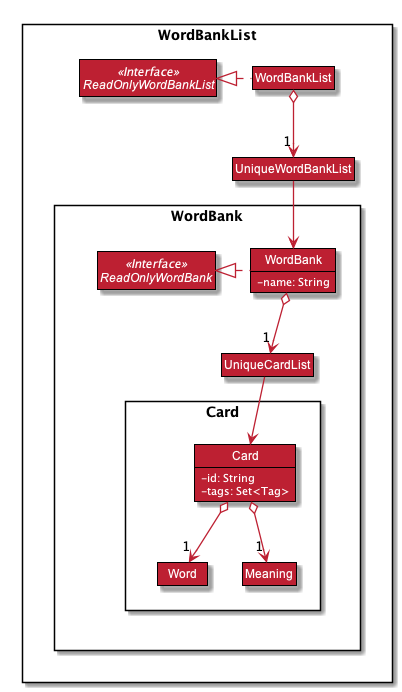
Above: docs/images/OverviewOfWordBankList.png in nus-cs2103-AY1920S1/addressbook-level3 (PlantUML), before the change.
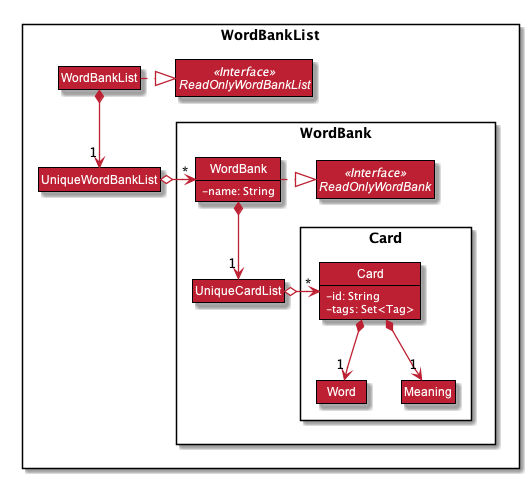
Above is the later version.

What changed in the source:
```diff
@@ -62,50 +62,46 @@
 show members
 hide empty members
 
-Package WordBankList <<Rectangle>>{
-Interface ReadOnlyWordBankList <<Interface>> {
+Package WordBankList {
+Interface ReadOnlyWordBankList <<Interface>>
+Class WordBankList {
 }
 
-class WordBankList {
-}
 Class UniqueWordBankList
 
-WordBankList .left.|> ReadOnlyWordBankList
-WordBankList o-down-> "1" UniqueWordBankList
-UniqueWordBankList --> WordBank
+
+Package WordBank {
+Interface ReadOnlyWordBank <<Interface>> {
+}
+Class WordBank {
+   -name: String
+}
+Class UniqueCardList
+
+Package Card {
+Class Card {
+- id: String
+- tags: Set<Tag>
+}
+Class Meaning
+Class Word
+}
+}
+}
+
+WordBankList .right.|> ReadOnlyWordBankList
+WordBankList *-down-> "1" UniqueWordBankList
+UniqueWordBankList o-right-> "*" WordBank
+
+WordBank .right.|> ReadOnlyWordBank
+WordBank *-down-> "1" UniqueCardList
+UniqueCardList o-> "*" Card
 
 show members
 hide empty members
 
-Package WordBank <<Rectangle>>{
-Interface ReadOnlyWordBank <<Interface>> {
-}
-
-class WordBank {
-   -name: String
-}
-Class UniqueCardList
-Class Card
-
-
-WordBank .left.|> ReadOnlyWordBank
-WordBank o-down-> "1" UniqueCardList
-UniqueCardList -down-> Card
-
-show members
-hide empty members
-
-Package Card <<Rectangle>>{
-Class Card {
-- id: String
-- tags: Set<Tag>
-}
-Class Word
-Class Meaning
-}
-
-Card o--> "1" Word
-Card o--> "1" Meaning
+Card *--> "1" Meaning
+Card *--> "1" Word
 
 Meaning *-LEFT[hidden]-> Word
 @enduml
```
